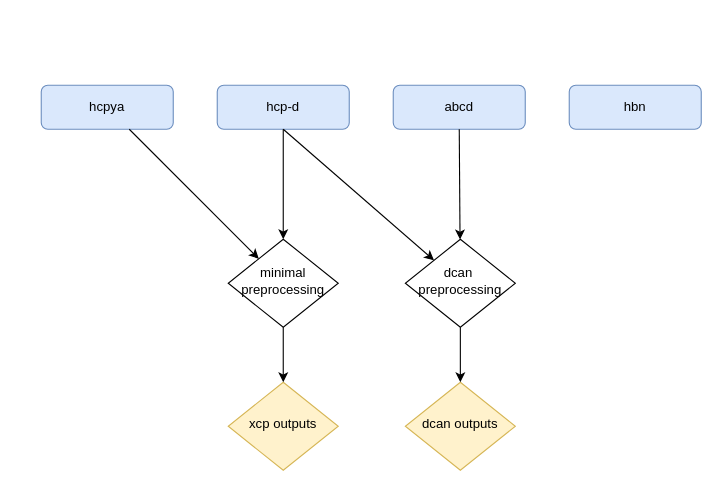
The draw.io diagram Untitled Diagram.drawio in PennLINC/TheWay, before the edit. Source tidied: cells renumbered, new cells numbered last; positions are measured from the earlier drawing's top-left corner, leaving out a move shared by most shapes. Both pictures are drawn from the tidied source at 110%, with x=0, y=0 at pixel (41, 85).
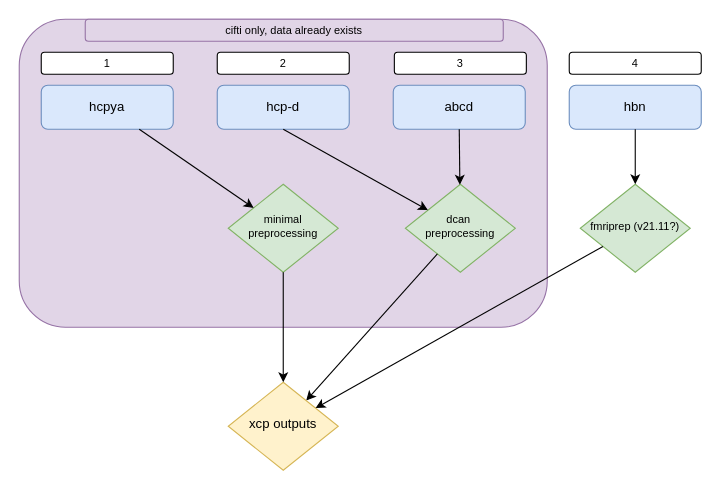
The same diagram, later.

The change refers to these unchanged cells:
```xml
<mxCell id="5" value="hcp-d" style="rounded=1;whiteSpace=wrap;html=1;fontSize=12;glass=0;strokeWidth=1;shadow=0;fillColor=#dae8fc;strokeColor=#6c8ebf;" parent="1" vertex="1">
  <mxGeometry x="160" width="120" height="40" as="geometry" />
</mxCell>
<mxCell id="7" value="hbn" style="rounded=1;whiteSpace=wrap;html=1;fontSize=12;glass=0;strokeWidth=1;shadow=0;fillColor=#dae8fc;strokeColor=#6c8ebf;" parent="1" vertex="1">
  <mxGeometry x="480" width="120" height="40" as="geometry" />
</mxCell>
<mxCell id="14" value="xcp outputs" style="rhombus;whiteSpace=wrap;html=1;shadow=0;fontFamily=Helvetica;fontSize=12;align=center;strokeWidth=1;spacing=6;spacingTop=-4;fillColor=#fff2cc;strokeColor=#d6b656;" parent="1" vertex="1">
  <mxGeometry x="170" y="270" width="100" height="80" as="geometry" />
</mxCell>
```

Diff of the diagram source:
```diff
@@
+    <mxCell id="16" style="rounded=1;whiteSpace=wrap;html=1;fontSize=10;fillColor=#e1d5e7;strokeColor=#9673a6;" parent="1" vertex="1">
+      <mxGeometry x="-20" y="-60" width="480" height="280" as="geometry" />
+    </mxCell>
@@
-    <mxCell id="3" value="minimal preprocessing" style="rhombus;whiteSpace=wrap;html=1;shadow=0;fontFamily=Helvetica;fontSize=12;align=center;strokeWidth=1;spacing=6;spacingTop=-4;" parent="1" vertex="1">
-      <mxGeometry x="170" y="140" width="100" height="80" as="geometry" />
+    <mxCell id="3" value="minimal preprocessing" style="rhombus;whiteSpace=wrap;html=1;shadow=0;fontFamily=Helvetica;fontSize=10;align=center;strokeWidth=1;spacing=6;spacingTop=-4;fillColor=#d5e8d4;strokeColor=#82b366;" parent="1" vertex="1">
+      <mxGeometry x="170" y="90" width="100" height="80" as="geometry" />
     </mxCell>
-    <mxCell id="4" value="dcan&amp;nbsp;&lt;br&gt;preprocessing&lt;br&gt;" style="rhombus;whiteSpace=wrap;html=1;shadow=0;fontFamily=Helvetica;fontSize=12;align=center;strokeWidth=1;spacing=6;spacingTop=-4;" parent="1" vertex="1">
-      <mxGeometry x="331" y="140" width="100" height="80" as="geometry" />
+    <mxCell id="4" value="dcan&amp;nbsp;&lt;br style=&quot;font-size: 10px;&quot;&gt;preprocessing&lt;br style=&quot;font-size: 10px;&quot;&gt;" style="rhombus;whiteSpace=wrap;html=1;shadow=0;fontFamily=Helvetica;fontSize=10;align=center;strokeWidth=1;spacing=6;spacingTop=-4;fillColor=#d5e8d4;strokeColor=#82b366;" parent="1" vertex="1">
+      <mxGeometry x="331" y="90" width="100" height="80" as="geometry" />
     </mxCell>
@@
-    <mxCell id="8" value="dcan outputs" style="rhombus;whiteSpace=wrap;html=1;shadow=0;fontFamily=Helvetica;fontSize=12;align=center;strokeWidth=1;spacing=6;spacingTop=-4;fillColor=#fff2cc;strokeColor=#d6b656;" parent="1" vertex="1">
-      <mxGeometry x="331" y="270" width="100" height="80" as="geometry" />
-    </mxCell>
@@
-    <mxCell id="11" style="endArrow=classic;html=1;rounded=0;" parent="1" edge="1" source="5" target="3">
-      <mxGeometry relative="1" as="geometry" />
-    </mxCell>
@@
-    <mxCell id="13" style="endArrow=classic;html=1;rounded=0;" parent="1" edge="1" source="4" target="8">
+    <mxCell id="13" style="endArrow=classic;html=1;rounded=0;" parent="1" edge="1" source="4" target="14">
       <mxGeometry relative="1" as="geometry" />
     </mxCell>
@@
-    <mxCell id="15" style="endArrow=classic;html=1;rounded=0;" parent="1" edge="1" source="3" target="14">
+    <mxCell id="15" style="endArrow=classic;html=1;rounded=0;fontSize=10;" parent="1" edge="1" source="3" target="14">
       <mxGeometry relative="1" as="geometry" />
     </mxCell>
+    <mxCell id="17" value="fmriprep (v21.11?)" style="rhombus;whiteSpace=wrap;html=1;shadow=0;fontFamily=Helvetica;fontSize=10;align=center;strokeWidth=1;spacing=6;spacingTop=-4;fillColor=#d5e8d4;strokeColor=#82b366;" parent="1" vertex="1">
+      <mxGeometry x="490" y="90" width="100" height="80" as="geometry" />
+    </mxCell>
+    <mxCell id="18" style="endArrow=classic;html=1;rounded=0;fontSize=10;" parent="1" edge="1" source="7" target="17">
+      <mxGeometry relative="1" as="geometry" />
+    </mxCell>
+    <mxCell id="19" style="endArrow=classic;html=1;rounded=0;fontSize=10;" parent="1" edge="1" source="17" target="14">
+      <mxGeometry relative="1" as="geometry" />
+    </mxCell>
+    <mxCell id="20" value="1" style="rounded=1;whiteSpace=wrap;html=1;fontSize=10;" parent="1" vertex="1">
+      <mxGeometry y="-30" width="120" height="20" as="geometry" />
+    </mxCell>
+    <mxCell id="21" value="2" style="rounded=1;whiteSpace=wrap;html=1;fontSize=10;" parent="1" vertex="1">
+      <mxGeometry x="160" y="-30" width="120" height="20" as="geometry" />
+    </mxCell>
+    <mxCell id="22" value="3" style="rounded=1;whiteSpace=wrap;html=1;fontSize=10;" parent="1" vertex="1">
+      <mxGeometry x="321" y="-30" width="120" height="20" as="geometry" />
+    </mxCell>
+    <mxCell id="23" value="4" style="rounded=1;whiteSpace=wrap;html=1;fontSize=10;" parent="1" vertex="1">
+      <mxGeometry x="480" y="-30" width="120" height="20" as="geometry" />
+    </mxCell>
+    <mxCell id="24" value="cifti only, data already exists" style="rounded=1;whiteSpace=wrap;html=1;fontSize=10;fillColor=#e1d5e7;strokeColor=#9673a6;" parent="1" vertex="1">
+      <mxGeometry x="40" y="-60" width="380" height="20" as="geometry" />
+    </mxCell>
```
